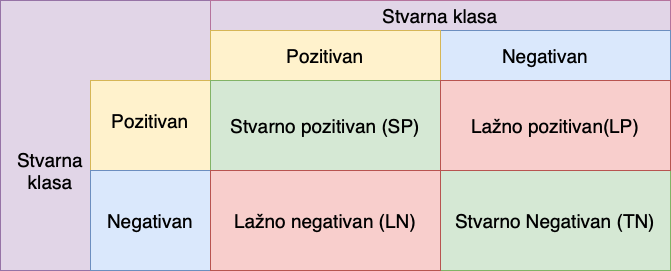
Earlier version of the draw.io export latex/images/confusionMatrix.png (PeleksicLjubica/AlzheimerDiseaseClassification). Source tidied: cells renumbered, new cells last; positions are measured from the earlier drawing's top-left corner, leaving out a move shared by most shapes. The source it was exported from:
```xml
<mxGraphModel>
  <root>
    <mxCell id="0" />
    <mxCell id="1" parent="0" />
    <mxCell id="2" style="rounded=0;whiteSpace=wrap;html=1;" parent="1" vertex="1">
      <mxGeometry x="90" width="580" height="270" as="geometry" />
    </mxCell>
    <mxCell id="3" style="rounded=0;whiteSpace=wrap;html=1;fillColor=#e1d5e7;strokeColor=#9673a6;" parent="1" vertex="1">
      <mxGeometry width="210" height="270" as="geometry" />
    </mxCell>
    <mxCell id="4" style="rounded=0;whiteSpace=wrap;html=1;fillColor=#e1d5e7;strokeColor=#B5739D;" parent="1" vertex="1">
      <mxGeometry x="210" width="460" height="30" as="geometry" />
    </mxCell>
    <mxCell id="5" style="rounded=0;whiteSpace=wrap;html=1;fillColor=#dae8fc;strokeColor=#6c8ebf;" parent="1" vertex="1">
      <mxGeometry x="210" y="30" width="460" height="50" as="geometry" />
    </mxCell>
    <mxCell id="6" value="Stvarna klasa" style="text;html=1;strokeColor=none;fillColor=none;align=center;verticalAlign=middle;whiteSpace=wrap;rounded=0;strokeWidth=13;fontSize=19;" parent="1" vertex="1">
      <mxGeometry x="355" y="7.5" width="170" height="15" as="geometry" />
    </mxCell>
    <mxCell id="7" style="rounded=0;whiteSpace=wrap;html=1;fontSize=19;strokeWidth=0;fillColor=#fff2cc;strokeColor=#d6b656;" parent="1" vertex="1">
      <mxGeometry x="210" y="30" width="230" height="50" as="geometry" />
    </mxCell>
    <mxCell id="8" value="Pozitivan" style="text;html=1;strokeColor=none;fillColor=none;align=center;verticalAlign=middle;whiteSpace=wrap;rounded=0;fontSize=19;" parent="1" vertex="1">
      <mxGeometry x="305" y="45" width="40" height="20" as="geometry" />
    </mxCell>
    <mxCell id="9" value="Negativan" style="text;html=1;strokeColor=none;fillColor=none;align=center;verticalAlign=middle;whiteSpace=wrap;rounded=0;fontSize=19;" parent="1" vertex="1">
      <mxGeometry x="525" y="45" width="40" height="20" as="geometry" />
    </mxCell>
    <mxCell id="10" style="rounded=0;whiteSpace=wrap;html=1;fontSize=19;strokeWidth=0;fillColor=#fff2cc;strokeColor=#d6b656;" parent="1" vertex="1">
      <mxGeometry x="90" y="80" width="120" height="90" as="geometry" />
    </mxCell>
    <mxCell id="11" value="Pozitivan" style="text;html=1;strokeColor=none;fillColor=none;align=center;verticalAlign=middle;whiteSpace=wrap;rounded=0;fontSize=19;" parent="1" vertex="1">
      <mxGeometry x="130" y="110" width="40" height="20" as="geometry" />
    </mxCell>
    <mxCell id="12" value="Stvarno pozitivan (SP)" style="rounded=0;whiteSpace=wrap;html=1;fontSize=19;strokeWidth=0;fillColor=#d5e8d4;strokeColor=#82b366;" parent="1" vertex="1">
      <mxGeometry x="210" y="80" width="230" height="90" as="geometry" />
    </mxCell>
    <mxCell id="13" value="Stvarno Negativan (TN)" style="rounded=0;whiteSpace=wrap;html=1;fontSize=19;strokeWidth=0;fillColor=#d5e8d4;strokeColor=#82b366;" parent="1" vertex="1">
      <mxGeometry x="440" y="170" width="230" height="100" as="geometry" />
    </mxCell>
    <mxCell id="14" style="rounded=0;whiteSpace=wrap;html=1;fontSize=19;strokeWidth=0;fillColor=#dae8fc;strokeColor=#6c8ebf;" parent="1" vertex="1">
      <mxGeometry x="90" y="170" width="120" height="100" as="geometry" />
    </mxCell>
    <mxCell id="15" value="Negativan" style="text;html=1;strokeColor=none;fillColor=none;align=center;verticalAlign=middle;whiteSpace=wrap;rounded=0;fontSize=19;" parent="1" vertex="1">
      <mxGeometry x="130" y="210" width="40" height="20" as="geometry" />
    </mxCell>
    <mxCell id="16" style="rounded=0;whiteSpace=wrap;html=1;fontSize=19;strokeWidth=0;fillColor=#f8cecc;strokeColor=#b85450;" parent="1" vertex="1">
      <mxGeometry x="440" y="80" width="230" height="90" as="geometry" />
    </mxCell>
    <mxCell id="17" value="Lažno negativan (LN)" style="rounded=0;whiteSpace=wrap;html=1;fontSize=19;strokeWidth=0;fillColor=#f8cecc;strokeColor=#b85450;" parent="1" vertex="1">
      <mxGeometry x="210" y="170" width="230" height="100" as="geometry" />
    </mxCell>
    <mxCell id="18" value="Lažno pozitivan(LP)" style="text;html=1;strokeColor=none;fillColor=none;align=center;verticalAlign=middle;whiteSpace=wrap;rounded=0;fontSize=19;" parent="1" vertex="1">
      <mxGeometry x="441.2" y="106.2" width="227.5" height="37.5" as="geometry" />
    </mxCell>
    <mxCell id="19" value="Stvarna klasa" style="text;html=1;strokeColor=none;fillColor=none;align=center;verticalAlign=middle;whiteSpace=wrap;rounded=0;fontSize=19;" parent="1" vertex="1">
      <mxGeometry x="30" y="160" width="40" height="20" as="geometry" />
    </mxCell>
  </root>
</mxGraphModel>
```
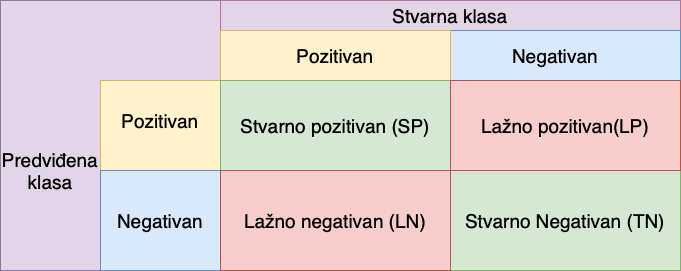
Above is the later version.

What changed in the source:
```diff
@@ -6,7 +6,7 @@
       <mxGeometry x="90" width="580" height="270" as="geometry" />
     </mxCell>
     <mxCell id="3" style="rounded=0;whiteSpace=wrap;html=1;fillColor=#e1d5e7;strokeColor=#9673a6;" parent="1" vertex="1">
-      <mxGeometry width="210" height="270" as="geometry" />
+      <mxGeometry x="-10" width="220" height="270" as="geometry" />
     </mxCell>
     <mxCell id="4" style="rounded=0;whiteSpace=wrap;html=1;fillColor=#e1d5e7;strokeColor=#B5739D;" parent="1" vertex="1">
       <mxGeometry x="210" width="460" height="30" as="geometry" />
@@ -53,8 +53,8 @@
     <mxCell id="18" value="Lažno pozitivan(LP)" style="text;html=1;strokeColor=none;fillColor=none;align=center;verticalAlign=middle;whiteSpace=wrap;rounded=0;fontSize=19;" parent="1" vertex="1">
       <mxGeometry x="441.2" y="106.2" width="227.5" height="37.5" as="geometry" />
     </mxCell>
-    <mxCell id="19" value="Stvarna klasa" style="text;html=1;strokeColor=none;fillColor=none;align=center;verticalAlign=middle;whiteSpace=wrap;rounded=0;fontSize=19;" parent="1" vertex="1">
-      <mxGeometry x="30" y="160" width="40" height="20" as="geometry" />
+    <mxCell id="19" value="Predviđena&lt;br&gt;klasa" style="text;html=1;strokeColor=none;fillColor=none;align=center;verticalAlign=middle;whiteSpace=wrap;rounded=0;fontSize=19;" parent="1" vertex="1">
+      <mxGeometry x="20" y="160" width="40" height="20" as="geometry" />
     </mxCell>
   </root>
 </mxGraphModel>
```
